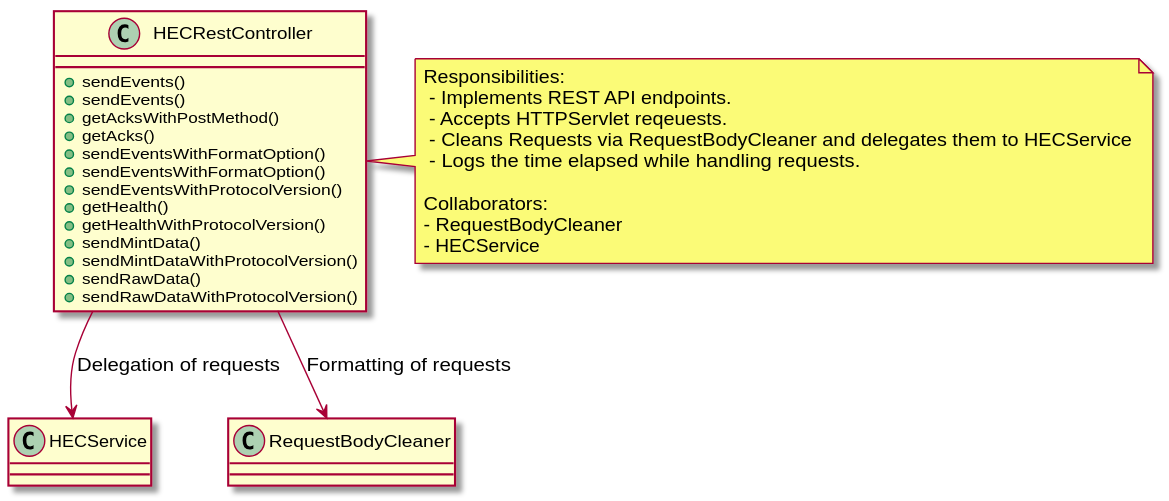
The PlantUML diagram docs/documentation/doxygen/inline_umlgraph_7.svg in Laukkala/cfe_16, before a commit.
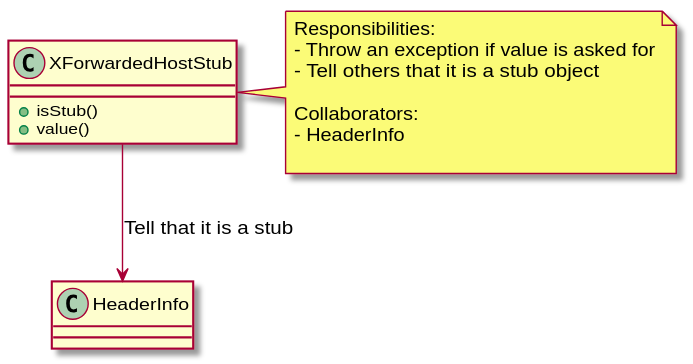
Above is the later version.

What changed in the source:
```diff
@@ -1,32 +1,18 @@
 @startuml inline_umlgraph_7.svg
-class HECRestController {
-  + sendEvents()
-  + sendEvents()
-  + getAcksWithPostMethod()
-  + getAcks()
-  + sendEventsWithFormatOption()
-  + sendEventsWithFormatOption()
-  + sendEventsWithProtocolVersion()
-  + getHealth()
-  + getHealthWithProtocolVersion()
-  + sendMintData()
-  + sendMintDataWithProtocolVersion()
-  + sendRawData()
-  + sendRawDataWithProtocolVersion()
+class XForwardedHostStub {
+  + isStub()
+  + value()
 }
 
-HECRestController --> HECService : Delegation of requests
-HECRestController --> RequestBodyCleaner : Formatting of requests
+XForwardedHostStub --> HeaderInfo : Tell that it is a stub
 
-note right of HECRestController
+note right of XForwardedHostStub
 Responsibilities:
- - Implements REST API endpoints.
- - Accepts HTTPServlet reqeuests.
- - Cleans Requests via RequestBodyCleaner and delegates them to HECService
- - Logs the time elapsed while handling requests.
+- Throw an exception if value is asked for
+- Tell others that it is a stub object
 
 Collaborators:
-- RequestBodyCleaner
-- HECService
+- HeaderInfo
+
 end note
 @enduml
```
